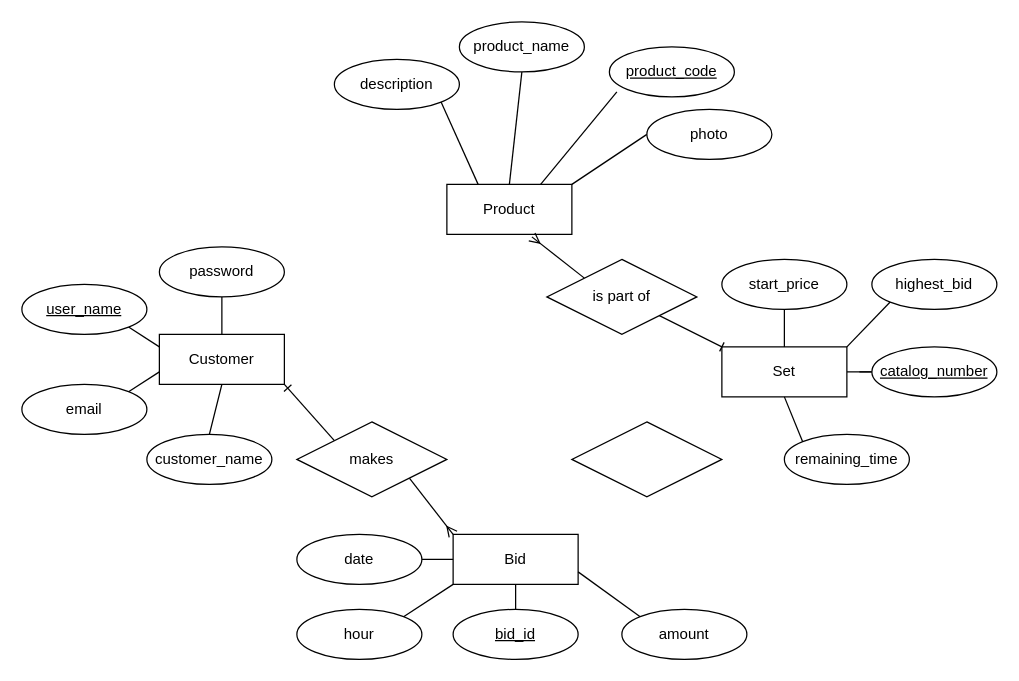
Earlier version of the draw.io diagram page "ER" (2 of 3) of christoph/auctionhouse.drawio (OinkoIT/BE16-DBDev-DAY1-Claus-Christoph). Source tidied: cells renumbered, new cells numbered last; positions are measured from the earlier drawing's top-left corner, leaving out a move shared by most shapes. Both pictures are drawn from the tidied source at 125%, with x=0, y=0 at pixel (21, 21).
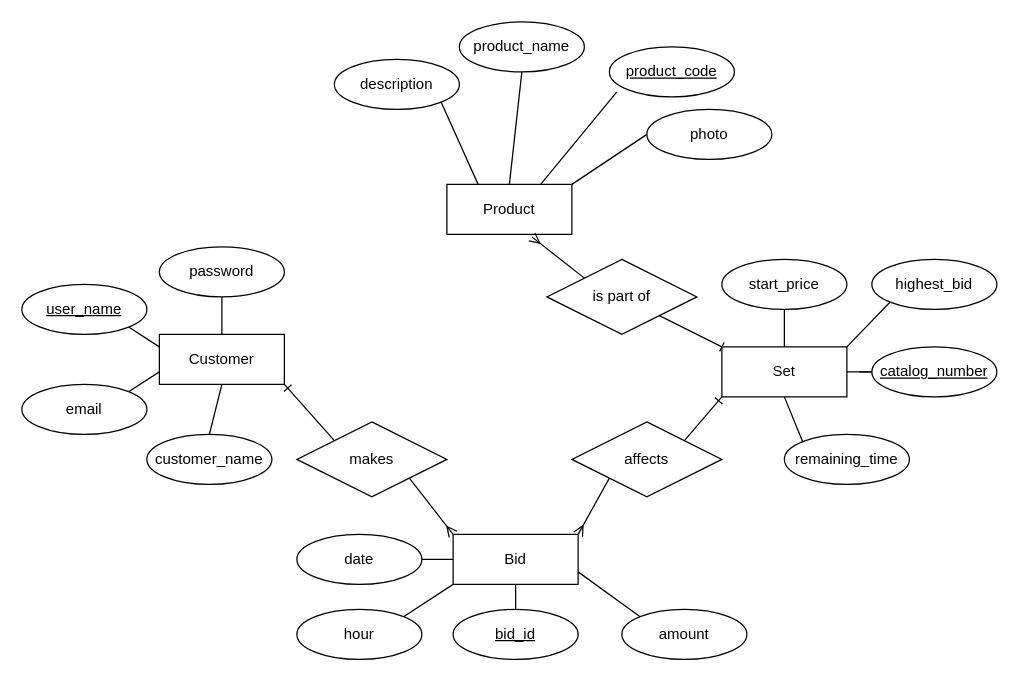
Above is the later version.

The change refers to these unchanged cells:
```xml
<mxCell id="12" value="Set" style="whiteSpace=wrap;html=1;align=center;" parent="1" vertex="1">
  <mxGeometry x="560" y="260" width="100" height="40" as="geometry" />
</mxCell>
<mxCell id="30" value="Bid" style="whiteSpace=wrap;html=1;align=center;" parent="1" vertex="1">
  <mxGeometry x="345" y="410" width="100" height="40" as="geometry" />
</mxCell>
```

Change to the diagram source:
```diff
@@
+    <mxCell id="46" style="edgeStyle=none;html=1;exitX=0;exitY=1;exitDx=0;exitDy=0;entryX=1;entryY=0;entryDx=0;entryDy=0;endArrow=ERmany;endFill=0;" parent="1" edge="1" source="45" target="30">
+      <mxGeometry relative="1" as="geometry" />
+    </mxCell>
+    <mxCell id="47" style="edgeStyle=none;html=1;exitX=1;exitY=0;exitDx=0;exitDy=0;entryX=0;entryY=1;entryDx=0;entryDy=0;endArrow=ERone;endFill=0;" parent="1" edge="1" source="45" target="12">
+      <mxGeometry relative="1" as="geometry" />
+    </mxCell>
-    <mxCell id="45" style="shape=rhombus;perimeter=rhombusPerimeter;whiteSpace=wrap;html=1;align=center;" parent="1" vertex="1">
+    <mxCell id="45" value="affects" style="shape=rhombus;perimeter=rhombusPerimeter;whiteSpace=wrap;html=1;align=center;" parent="1" vertex="1">
       <mxGeometry x="440" y="320" width="120" height="60" as="geometry" />
     </mxCell>
```
